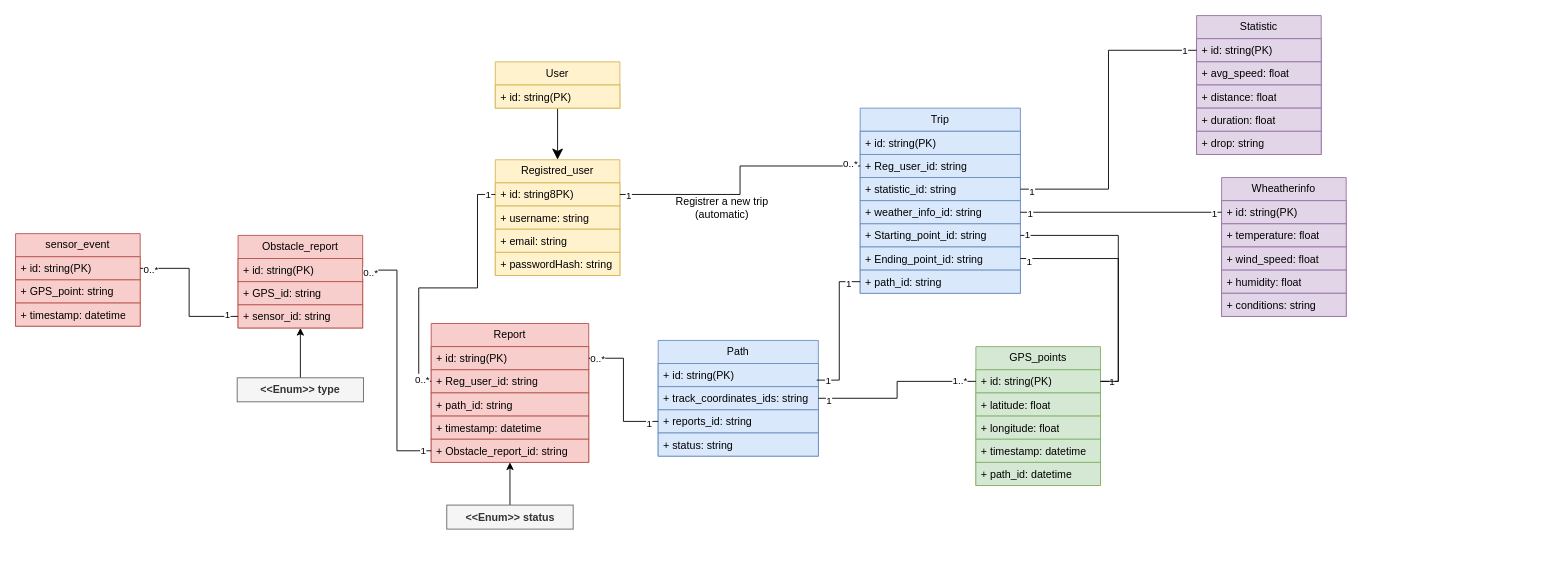
Before: RASD/ClassDiagram.drawio in jacopobellosi/Bellosi-Montanelli-Tempobono, a draw.io diagram. Source tidied: cells renumbered, new cells numbered last; positions are measured from the earlier drawing's top-left corner, leaving out a move shared by most shapes. Both pictures are drawn from the tidied source at 89%, with x=0, y=0 at pixel (15, 15).
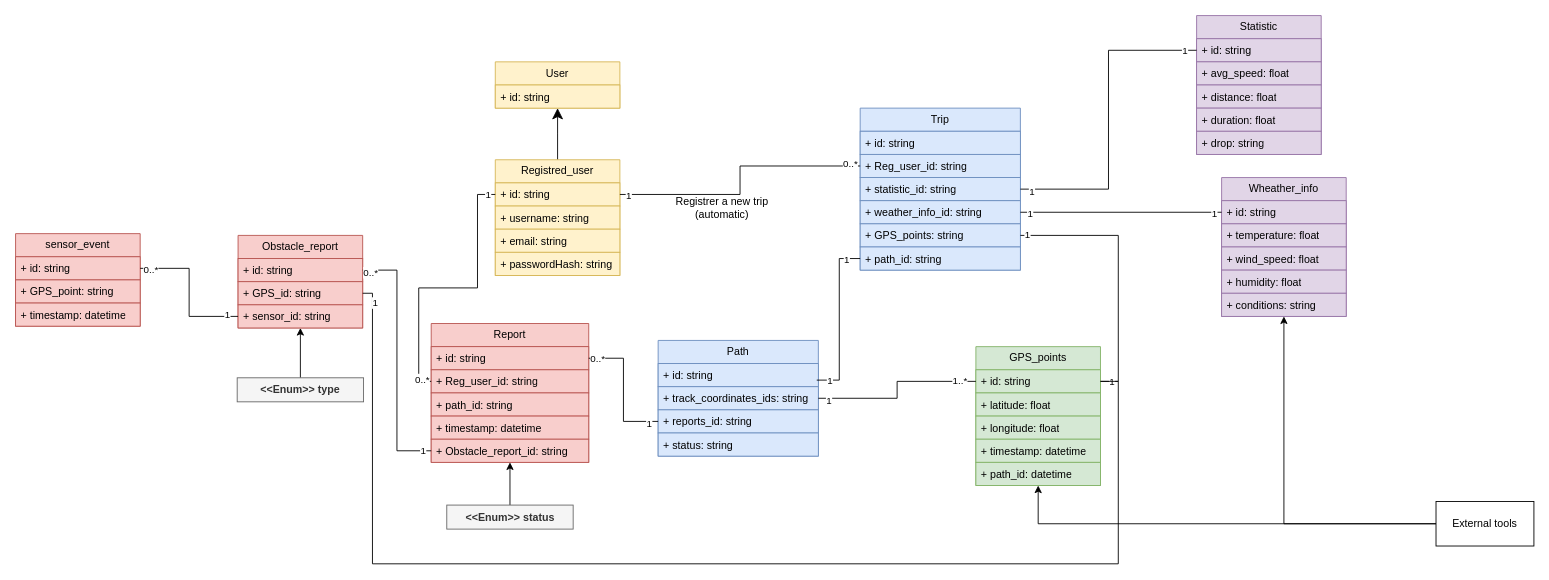
The same diagram, later.

Unchanged cells that the change refers to:
```xml
<mxCell id="3" value="User" style="swimlane;fontStyle=0;horizontal=1;startSize=26;fillColor=#fff2cc;whiteSpace=wrap;html=1;strokeColor=#d6b656;" parent="1" vertex="1">
  <mxGeometry x="539" y="52" width="140" height="52" as="geometry" />
</mxCell>
<mxCell id="5" value="Registred_user" style="swimlane;fontStyle=0;horizontal=1;startSize=26;fillColor=#fff2cc;whiteSpace=wrap;html=1;strokeColor=#d6b656;" parent="1" vertex="1">
  <mxGeometry x="539" y="162" width="140" height="130" as="geometry" />
</mxCell>
<mxCell id="18" value="Path" style="swimlane;fontStyle=0;horizontal=1;startSize=26;fillColor=#dae8fc;whiteSpace=wrap;html=1;strokeColor=#6c8ebf;" parent="1" vertex="1">
  <mxGeometry x="722" y="365" width="180" height="130" as="geometry" />
</mxCell>
<mxCell id="23" value="GPS_points" style="swimlane;fontStyle=0;horizontal=1;startSize=26;fillColor=#d5e8d4;whiteSpace=wrap;html=1;strokeColor=#82b366;" parent="1" vertex="1">
  <mxGeometry x="1079" y="372" width="140" height="156" as="geometry" />
</mxCell>
<mxCell id="29" value="Report" style="swimlane;fontStyle=0;horizontal=1;startSize=26;fillColor=#f8cecc;whiteSpace=wrap;html=1;strokeColor=#b85450;" parent="1" vertex="1">
  <mxGeometry x="467" y="346" width="177" height="156" as="geometry" />
</mxCell>
<mxCell id="35" value="Obstacle_report" style="swimlane;fontStyle=0;horizontal=1;startSize=26;fillColor=#f8cecc;whiteSpace=wrap;html=1;strokeColor=#b85450;" parent="1" vertex="1">
  <mxGeometry x="250" y="247" width="140" height="104" as="geometry" />
</mxCell>
<mxCell id="37" value="+ GPS_id: string" style="text;strokeColor=#b85450;fillColor=#f8cecc;align=left;verticalAlign=top;spacingLeft=4;spacingRight=4;overflow=hidden;points=[[0,0.5],[1,0.5]];portConstraint=eastwest;whiteSpace=wrap;html=1;" parent="35" vertex="1">
  <mxGeometry y="52" width="140" height="26" as="geometry" />
</mxCell>
<mxCell id="39" value="sensor_event" style="swimlane;fontStyle=0;horizontal=1;startSize=26;fillColor=#f8cecc;whiteSpace=wrap;html=1;strokeColor=#b85450;" parent="1" vertex="1">
  <mxGeometry y="245" width="140" height="104" as="geometry" />
</mxCell>
<mxCell id="52" value="Statistic" style="swimlane;fontStyle=0;horizontal=1;startSize=26;fillColor=#e1d5e7;whiteSpace=wrap;html=1;strokeColor=#9673a6;" parent="1" vertex="1">
  <mxGeometry x="1327" width="140" height="156" as="geometry" />
</mxCell>
```

What changed in the source:
```diff
@@
-    <mxCell id="2" style="endArrow=classic;endSize=10;endFill=1;shadow=0;strokeWidth=1;rounded=0;curved=0;edgeStyle=elbowEdgeStyle;elbow=vertical;entryX=0.5;entryY=0;entryDx=0;entryDy=0;exitX=0.5;exitY=1;exitDx=0;exitDy=0;" parent="1" edge="1" source="3" target="5">
+    <mxCell id="2" style="endArrow=none;endSize=10;endFill=0;shadow=0;strokeWidth=1;rounded=0;curved=0;edgeStyle=elbowEdgeStyle;elbow=vertical;entryX=0.5;entryY=0;entryDx=0;entryDy=0;exitX=0.5;exitY=1;exitDx=0;exitDy=0;startArrow=classic;startFill=1;startSize=10;" parent="1" edge="1" source="3" target="5">
       <mxGeometry relative="1" as="geometry" />
     </mxCell>
@@
-    <mxCell id="4" value="+ id: string(PK)" style="text;strokeColor=#d6b656;fillColor=#fff2cc;align=left;verticalAlign=top;spacingLeft=4;spacingRight=4;overflow=hidden;whiteSpace=wrap;html=1;" parent="3" vertex="1">
+    <mxCell id="4" value="+ id: string" style="text;strokeColor=#d6b656;fillColor=#fff2cc;align=left;verticalAlign=top;spacingLeft=4;spacingRight=4;overflow=hidden;whiteSpace=wrap;html=1;" parent="3" vertex="1">
       <mxGeometry y="26" width="140" height="26" as="geometry" />
     </mxCell>
@@
-    <mxCell id="6" value="+ id: string8PK)" style="text;strokeColor=#d6b656;fillColor=#fff2cc;align=left;verticalAlign=top;spacingLeft=4;spacingRight=4;overflow=hidden;points=[[0,0.5],[1,0.5]];portConstraint=eastwest;whiteSpace=wrap;html=1;" parent="5" vertex="1">
+    <mxCell id="6" value="+ id: string" style="text;strokeColor=#d6b656;fillColor=#fff2cc;align=left;verticalAlign=top;spacingLeft=4;spacingRight=4;overflow=hidden;points=[[0,0.5],[1,0.5]];portConstraint=eastwest;whiteSpace=wrap;html=1;" parent="5" vertex="1">
       <mxGeometry y="26" width="140" height="26" as="geometry" />
     </mxCell>
@@
     <mxCell id="10" value="Trip" style="swimlane;fontStyle=0;horizontal=1;startSize=26;fillColor=#dae8fc;whiteSpace=wrap;html=1;strokeColor=#6c8ebf;" parent="1" vertex="1">
-      <mxGeometry x="949" y="104" width="180" height="208" as="geometry" />
+      <mxGeometry x="949" y="104" width="180" height="182" as="geometry" />
     </mxCell>
-    <mxCell id="11" value="+ id: string(PK)" style="text;strokeColor=#6c8ebf;fillColor=#dae8fc;align=left;verticalAlign=top;spacingLeft=4;spacingRight=4;overflow=hidden;whiteSpace=wrap;html=1;" parent="10" vertex="1">
+    <mxCell id="11" value="+ id: string" style="text;strokeColor=#6c8ebf;fillColor=#dae8fc;align=left;verticalAlign=top;spacingLeft=4;spacingRight=4;overflow=hidden;whiteSpace=wrap;html=1;" parent="10" vertex="1">
       <mxGeometry y="26" width="180" height="26" as="geometry" />
     </mxCell>
@@
-    <mxCell id="15" value="+ Starting_point_id: string" style="text;strokeColor=#6c8ebf;fillColor=#dae8fc;align=left;verticalAlign=top;spacingLeft=4;spacingRight=4;overflow=hidden;points=[[0,0.5],[1,0.5]];portConstraint=eastwest;whiteSpace=wrap;html=1;" parent="10" vertex="1">
+    <mxCell id="15" value="+ GPS_points: string" style="text;strokeColor=#6c8ebf;fillColor=#dae8fc;align=left;verticalAlign=top;spacingLeft=4;spacingRight=4;overflow=hidden;points=[[0,0.5],[1,0.5]];portConstraint=eastwest;whiteSpace=wrap;html=1;" parent="10" vertex="1">
       <mxGeometry y="130" width="180" height="26" as="geometry" />
     </mxCell>
-    <mxCell id="16" value="+ Ending_point_id: string" style="text;strokeColor=#6c8ebf;fillColor=#dae8fc;align=left;verticalAlign=top;spacingLeft=4;spacingRight=4;overflow=hidden;points=[[0,0.5],[1,0.5]];portConstraint=eastwest;whiteSpace=wrap;html=1;" parent="10" vertex="1">
-      <mxGeometry y="156" width="180" height="26" as="geometry" />
-    </mxCell>
     <mxCell id="17" value="+ path_id: string" style="text;strokeColor=#6c8ebf;fillColor=#dae8fc;align=left;verticalAlign=top;spacingLeft=4;spacingRight=4;overflow=hidden;points=[[0,0.5],[1,0.5]];portConstraint=eastwest;whiteSpace=wrap;html=1;" parent="10" vertex="1">
-      <mxGeometry y="182" width="180" height="26" as="geometry" />
+      <mxGeometry y="156" width="180" height="26" as="geometry" />
     </mxCell>
@@
-    <mxCell id="19" value="+ id: string(PK)" style="text;strokeColor=#6c8ebf;fillColor=#dae8fc;align=left;verticalAlign=top;spacingLeft=4;spacingRight=4;overflow=hidden;points=[[0,0.5],[1,0.5]];portConstraint=eastwest;whiteSpace=wrap;html=1;" parent="18" vertex="1">
+    <mxCell id="19" value="+ id: string" style="text;strokeColor=#6c8ebf;fillColor=#dae8fc;align=left;verticalAlign=top;spacingLeft=4;spacingRight=4;overflow=hidden;points=[[0,0.5],[1,0.5]];portConstraint=eastwest;whiteSpace=wrap;html=1;" parent="18" vertex="1">
       <mxGeometry y="26" width="180" height="26" as="geometry" />
     </mxCell>
@@
-    <mxCell id="24" value="+ id: string(PK)" style="text;strokeColor=#82b366;fillColor=#d5e8d4;align=left;verticalAlign=top;spacingLeft=4;spacingRight=4;overflow=hidden;points=[[0,0.5],[1,0.5]];portConstraint=eastwest;whiteSpace=wrap;html=1;" parent="23" vertex="1">
+    <mxCell id="24" value="+ id: string" style="text;strokeColor=#82b366;fillColor=#d5e8d4;align=left;verticalAlign=top;spacingLeft=4;spacingRight=4;overflow=hidden;points=[[0,0.5],[1,0.5]];portConstraint=eastwest;whiteSpace=wrap;html=1;" parent="23" vertex="1">
       <mxGeometry y="26" width="140" height="26" as="geometry" />
     </mxCell>
@@
-    <mxCell id="30" value="+ id: string(PK)" style="text;strokeColor=#b85450;fillColor=#f8cecc;align=left;verticalAlign=top;spacingLeft=4;spacingRight=4;overflow=hidden;points=[[0,0.5],[1,0.5]];portConstraint=eastwest;whiteSpace=wrap;html=1;" parent="29" vertex="1">
+    <mxCell id="30" value="+ id: string" style="text;strokeColor=#b85450;fillColor=#f8cecc;align=left;verticalAlign=top;spacingLeft=4;spacingRight=4;overflow=hidden;points=[[0,0.5],[1,0.5]];portConstraint=eastwest;whiteSpace=wrap;html=1;" parent="29" vertex="1">
       <mxGeometry y="26" width="177" height="26" as="geometry" />
     </mxCell>
@@
-    <mxCell id="36" value="+ id: string(PK)" style="text;strokeColor=#b85450;fillColor=#f8cecc;align=left;verticalAlign=top;spacingLeft=4;spacingRight=4;overflow=hidden;points=[[0,0.5],[1,0.5]];portConstraint=eastwest;whiteSpace=wrap;html=1;" parent="35" vertex="1">
+    <mxCell id="36" value="+ id: string" style="text;strokeColor=#b85450;fillColor=#f8cecc;align=left;verticalAlign=top;spacingLeft=4;spacingRight=4;overflow=hidden;points=[[0,0.5],[1,0.5]];portConstraint=eastwest;whiteSpace=wrap;html=1;" parent="35" vertex="1">
       <mxGeometry y="26" width="140" height="26" as="geometry" />
     </mxCell>
@@
-    <mxCell id="40" value="+ id: string(PK)" style="text;strokeColor=#b85450;fillColor=#f8cecc;align=left;verticalAlign=top;spacingLeft=4;spacingRight=4;overflow=hidden;points=[[0,0.5],[1,0.5]];portConstraint=eastwest;whiteSpace=wrap;html=1;" parent="39" vertex="1">
+    <mxCell id="40" value="+ id: string" style="text;strokeColor=#b85450;fillColor=#f8cecc;align=left;verticalAlign=top;spacingLeft=4;spacingRight=4;overflow=hidden;points=[[0,0.5],[1,0.5]];portConstraint=eastwest;whiteSpace=wrap;html=1;" parent="39" vertex="1">
       <mxGeometry y="26" width="140" height="26" as="geometry" />
     </mxCell>
@@
-    <mxCell id="43" value="Wheatherinfo" style="swimlane;fontStyle=0;horizontal=1;startSize=26;fillColor=#e1d5e7;whiteSpace=wrap;html=1;strokeColor=#9673a6;" parent="1" vertex="1">
+    <mxCell id="43" value="Wheather_info" style="swimlane;fontStyle=0;horizontal=1;startSize=26;fillColor=#e1d5e7;whiteSpace=wrap;html=1;strokeColor=#9673a6;" parent="1" vertex="1">
       <mxGeometry x="1355.1" y="182" width="140" height="156" as="geometry" />
     </mxCell>
-    <mxCell id="44" value="+ id: string(PK)" style="text;strokeColor=#9673a6;fillColor=#e1d5e7;align=left;verticalAlign=top;spacingLeft=4;spacingRight=4;overflow=hidden;points=[[0,0.5],[1,0.5]];portConstraint=eastwest;whiteSpace=wrap;html=1;" parent="43" vertex="1">
+    <mxCell id="44" value="+ id: string" style="text;strokeColor=#9673a6;fillColor=#e1d5e7;align=left;verticalAlign=top;spacingLeft=4;spacingRight=4;overflow=hidden;points=[[0,0.5],[1,0.5]];portConstraint=eastwest;whiteSpace=wrap;html=1;" parent="43" vertex="1">
       <mxGeometry y="26" width="140" height="26" as="geometry" />
     </mxCell>
@@
-    <mxCell id="53" value="+ id: string(PK)" style="text;strokeColor=#9673a6;fillColor=#e1d5e7;align=left;verticalAlign=top;spacingLeft=4;spacingRight=4;overflow=hidden;points=[[0,0.5],[1,0.5]];portConstraint=eastwest;whiteSpace=wrap;html=1;" parent="52" vertex="1">
+    <mxCell id="53" value="+ id: string" style="text;strokeColor=#9673a6;fillColor=#e1d5e7;align=left;verticalAlign=top;spacingLeft=4;spacingRight=4;overflow=hidden;points=[[0,0.5],[1,0.5]];portConstraint=eastwest;whiteSpace=wrap;html=1;" parent="52" vertex="1">
       <mxGeometry y="26" width="140" height="26" as="geometry" />
     </mxCell>
@@
-    <mxCell id="70" style="edgeStyle=orthogonalEdgeStyle;rounded=0;jettySize=auto;html=1;entryX=1;entryY=0.5;entryDx=0;entryDy=0;endArrow=none;endFill=0;" parent="1" edge="1" source="16" target="24">
-      <mxGeometry relative="1" as="geometry" />
-    </mxCell>
-    <mxCell id="71" value="1" style="edgeLabel;html=1;align=center;verticalAlign=middle;" parent="70" vertex="1">
-      <mxGeometry x="-0.93" y="-3" relative="1" as="geometry" />
-    </mxCell>
@@
+    <mxCell id="92" style="edgeStyle=orthogonalEdgeStyle;rounded=0;jettySize=auto;html=1;entryX=1;entryY=0.5;entryDx=0;entryDy=0;exitX=1;exitY=0.5;exitDx=0;exitDy=0;endArrow=none;endFill=0;" parent="1" edge="1" source="37" target="24">
+      <mxGeometry relative="1" as="geometry">
+        <Array as="points">
+          <mxPoint x="401" y="312" />
+          <mxPoint x="401" y="616" />
+          <mxPoint x="1239" y="616" />
+          <mxPoint x="1239" y="411" />
+        </Array>
+      </mxGeometry>
+    </mxCell>
+    <mxCell id="71" value="1" style="edgeLabel;html=1;align=center;verticalAlign=middle;" parent="92" vertex="1">
+      <mxGeometry x="-0.97" y="2" relative="1" as="geometry" />
+    </mxCell>
+    <mxCell id="93" style="edgeStyle=orthogonalEdgeStyle;rounded=0;jettySize=auto;html=1;" parent="1" edge="1" source="95" target="43">
+      <mxGeometry relative="1" as="geometry" />
+    </mxCell>
+    <mxCell id="94" style="edgeStyle=orthogonalEdgeStyle;rounded=0;jettySize=auto;html=1;entryX=0.5;entryY=1;entryDx=0;entryDy=0;" parent="1" edge="1" source="95" target="23">
+      <mxGeometry relative="1" as="geometry" />
+    </mxCell>
+    <mxCell id="95" value="External tools" style="html=1;whiteSpace=wrap;" parent="1" vertex="1">
+      <mxGeometry x="1596" y="546" width="110" height="50" as="geometry" />
+    </mxCell>
```
